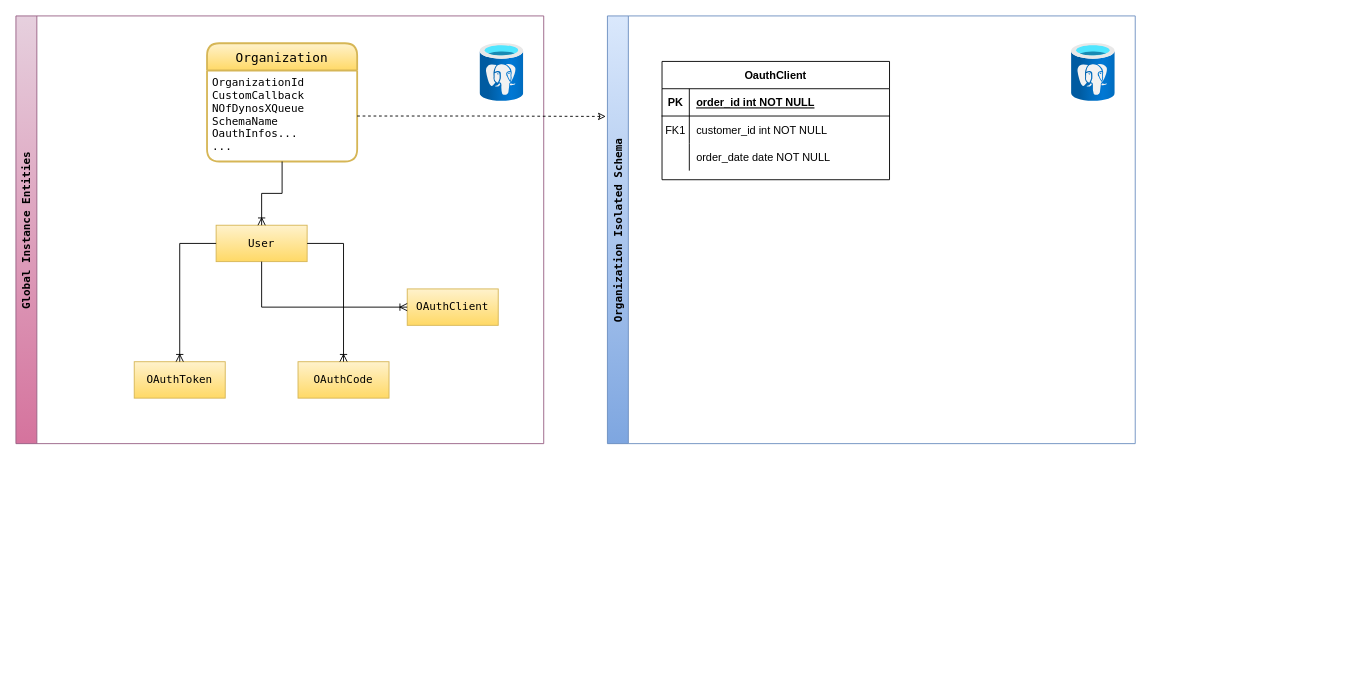
The draw.io diagram HK_DataModel.drawio in Maxxpower/aop_diagrams, before the edit. Source tidied: cells renumbered, new cells numbered last; positions are measured from the earlier drawing's top-left corner, leaving out a move shared by most shapes. Both pictures are drawn from the tidied source at 91%, with x=0, y=0 at pixel (15, 15). Pictures stored in the file or linked from it are replaced by grey dashed boxes.
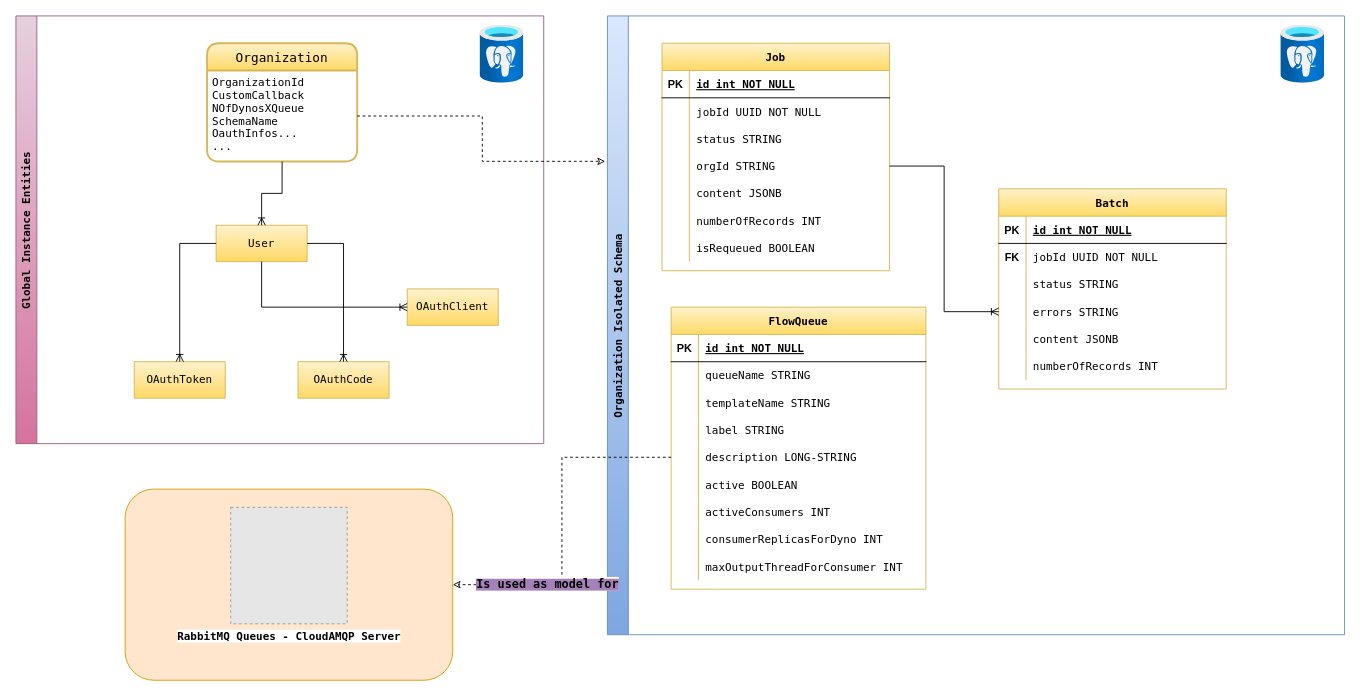
The same diagram, later.

Unchanged cells that the change refers to:
```xml
<mxCell id="2" value="Global Instance Entities" style="swimlane;horizontal=0;fillColor=#e6d0de;gradientColor=#d5739d;strokeColor=#996185;fontFamily=Lucida Console;" parent="1" vertex="1">
  <mxGeometry width="580" height="470" as="geometry" />
</mxCell>
<mxCell id="21" style="shape=partialRectangle;fillColor=none;top=0;left=0;right=0;bottom=1;" parent="20" vertex="1">
  <mxGeometry y="30" width="250" height="30" as="geometry" />
</mxCell>
<mxCell id="24" style="shape=partialRectangle;fillColor=none;top=0;left=0;right=0;bottom=0;" parent="20" vertex="1">
  <mxGeometry y="60" width="250" height="30" as="geometry" />
</mxCell>
```

Diff of the diagram source:
```diff
@@
     <mxCell id="16" style="html=1;align=center;image;fontSize=12;image=img/lib/azure2/databases/Azure_Database_PostgreSQL_Server.svg;fontFamily=Lucida Console;" parent="2" vertex="1">
-      <mxGeometry x="510" y="30" width="48" height="64" as="geometry" />
+      <mxGeometry x="510" y="10" width="48" height="64" as="geometry" />
     </mxCell>
     <mxCell id="17" value="Organization Isolated Schema" style="swimlane;horizontal=0;fillColor=#dae8fc;gradientColor=#7ea6e0;strokeColor=#6c8ebf;fontFamily=Lucida Console;" parent="1" vertex="1">
-      <mxGeometry x="650" width="580" height="470" as="geometry" />
+      <mxGeometry x="650" width="810" height="680" as="geometry" />
     </mxCell>
@@
     <mxCell id="19" style="html=1;align=center;image;fontSize=12;image=img/lib/azure2/databases/Azure_Database_PostgreSQL_Server.svg;fontFamily=Lucida Console;" parent="17" vertex="1">
-      <mxGeometry x="510" y="30" width="48" height="64" as="geometry" />
+      <mxGeometry x="740" y="10" width="48" height="64" as="geometry" />
     </mxCell>
-    <mxCell id="20" value="OauthClient" style="shape=table;startSize=30;childLayout=tableLayout;rowLines=0;fontStyle=1;align=center;" parent="17" vertex="1">
-      <mxGeometry x="60" y="50" width="250" height="130" as="geometry" />
+    <mxCell id="20" value="Job" style="shape=table;startSize=30;childLayout=tableLayout;rowLines=0;fontStyle=1;align=center;fillColor=#fff2cc;gradientColor=#ffd966;strokeColor=#d6b656;fontFamily=Lucida Console;" parent="17" vertex="1">
+      <mxGeometry x="60" y="30" width="250" height="250" as="geometry" />
     </mxCell>
@@
-    <mxCell id="23" value="order_id int NOT NULL " style="shape=partialRectangle;overflow=hidden;fillColor=none;top=0;left=0;bottom=0;right=0;align=left;spacingLeft=6;fontStyle=5;" parent="21" vertex="1">
+    <mxCell id="23" value="id int NOT NULL " style="shape=partialRectangle;overflow=hidden;fillColor=none;top=0;left=0;bottom=0;right=0;align=left;spacingLeft=6;fontStyle=5;fontFamily=Lucida Console;" parent="21" vertex="1">
       <mxGeometry x="30" width="220" height="30" as="geometry" />
     </mxCell>
@@
-    <mxCell id="25" value="FK1" style="shape=partialRectangle;overflow=hidden;fillColor=none;top=0;left=0;bottom=0;right=0;" parent="24" vertex="1">
+    <mxCell id="25" style="shape=partialRectangle;overflow=hidden;fillColor=none;top=0;left=0;bottom=0;right=0;" parent="24" vertex="1">
       <mxGeometry width="30" height="30" as="geometry" />
     </mxCell>
-    <mxCell id="26" value="customer_id int NOT NULL" style="shape=partialRectangle;overflow=hidden;fillColor=none;top=0;left=0;bottom=0;right=0;align=left;spacingLeft=6;" parent="24" vertex="1">
+    <mxCell id="26" value="jobId UUID NOT NULL" style="shape=partialRectangle;overflow=hidden;fillColor=none;top=0;left=0;bottom=0;right=0;align=left;spacingLeft=6;fontFamily=Lucida Console;" parent="24" vertex="1">
       <mxGeometry x="30" width="220" height="30" as="geometry" />
     </mxCell>
+    <mxCell id="31" style="shape=partialRectangle;fillColor=none;top=0;left=0;right=0;bottom=0;" parent="20" vertex="1">
+      <mxGeometry y="90" width="250" height="30" as="geometry" />
+    </mxCell>
+    <mxCell id="32" style="shape=partialRectangle;overflow=hidden;fillColor=none;top=0;left=0;bottom=0;right=0;" parent="31" vertex="1">
+      <mxGeometry width="30" height="30" as="geometry" />
+    </mxCell>
+    <mxCell id="33" value="status STRING" style="shape=partialRectangle;overflow=hidden;fillColor=none;top=0;left=0;bottom=0;right=0;align=left;spacingLeft=6;fontFamily=Lucida Console;" parent="31" vertex="1">
+      <mxGeometry x="30" width="220" height="30" as="geometry" />
+    </mxCell>
     <mxCell id="27" style="shape=partialRectangle;fillColor=none;points=[[0,0.5],[1,0.5]];portConstraint=eastwest;top=0;left=0;right=0;bottom=0;" parent="20" vertex="1">
-      <mxGeometry y="90" width="250" height="30" as="geometry" />
+      <mxGeometry y="120" width="250" height="30" as="geometry" />
     </mxCell>
@@
-    <mxCell id="29" value="order_date date NOT NULL" style="shape=partialRectangle;overflow=hidden;fillColor=none;top=0;left=0;bottom=0;right=0;align=left;spacingLeft=6;" parent="27" vertex="1">
+    <mxCell id="29" value="orgId STRING" style="shape=partialRectangle;overflow=hidden;fillColor=none;top=0;left=0;bottom=0;right=0;align=left;spacingLeft=6;fontFamily=Lucida Console;" parent="27" vertex="1">
       <mxGeometry x="30" width="220" height="30" as="geometry" />
     </mxCell>
+    <mxCell id="34" style="shape=partialRectangle;fillColor=none;top=0;left=0;right=0;bottom=0;" parent="20" vertex="1">
+      <mxGeometry y="150" width="250" height="30" as="geometry" />
+    </mxCell>
+    <mxCell id="35" style="shape=partialRectangle;overflow=hidden;fillColor=none;top=0;left=0;bottom=0;right=0;" parent="34" vertex="1">
+      <mxGeometry width="30" height="30" as="geometry" />
+    </mxCell>
+    <mxCell id="36" value="content JSONB" style="shape=partialRectangle;overflow=hidden;fillColor=none;top=0;left=0;bottom=0;right=0;align=left;spacingLeft=6;fontFamily=Lucida Console;" parent="34" vertex="1">
+      <mxGeometry x="30" width="220" height="30" as="geometry" />
+    </mxCell>
+    <mxCell id="37" style="shape=partialRectangle;fillColor=none;top=0;left=0;right=0;bottom=0;" parent="20" vertex="1">
+      <mxGeometry y="180" width="250" height="30" as="geometry" />
+    </mxCell>
+    <mxCell id="38" style="shape=partialRectangle;overflow=hidden;fillColor=none;top=0;left=0;bottom=0;right=0;" parent="37" vertex="1">
+      <mxGeometry width="30" height="30" as="geometry" />
+    </mxCell>
+    <mxCell id="39" value="numberOfRecords INT" style="shape=partialRectangle;overflow=hidden;fillColor=none;top=0;left=0;bottom=0;right=0;align=left;spacingLeft=6;fontFamily=Lucida Console;" parent="37" vertex="1">
+      <mxGeometry x="30" width="220" height="30" as="geometry" />
+    </mxCell>
+    <mxCell id="40" style="shape=partialRectangle;fillColor=none;top=0;left=0;right=0;bottom=0;" parent="20" vertex="1">
+      <mxGeometry y="210" width="250" height="30" as="geometry" />
+    </mxCell>
+    <mxCell id="41" style="shape=partialRectangle;overflow=hidden;fillColor=none;top=0;left=0;bottom=0;right=0;" parent="40" vertex="1">
+      <mxGeometry width="30" height="30" as="geometry" />
+    </mxCell>
+    <mxCell id="42" value="isRequeued BOOLEAN" style="shape=partialRectangle;overflow=hidden;fillColor=none;top=0;left=0;bottom=0;right=0;align=left;spacingLeft=6;fontFamily=Lucida Console;" parent="40" vertex="1">
+      <mxGeometry x="30" width="220" height="30" as="geometry" />
+    </mxCell>
+    <mxCell id="43" value="Batch" style="shape=table;startSize=30;childLayout=tableLayout;rowLines=0;fontStyle=1;align=center;fillColor=#fff2cc;gradientColor=#ffd966;strokeColor=#d6b656;fontFamily=Lucida Console;" parent="17" vertex="1">
+      <mxGeometry x="430" y="190" width="250" height="220" as="geometry" />
+    </mxCell>
+    <mxCell id="44" style="shape=partialRectangle;fillColor=none;top=0;left=0;right=0;bottom=1;" parent="43" vertex="1">
+      <mxGeometry y="30" width="250" height="30" as="geometry" />
+    </mxCell>
+    <mxCell id="45" value="PK" style="shape=partialRectangle;overflow=hidden;fillColor=none;top=0;left=0;bottom=0;right=0;fontStyle=1;" parent="44" vertex="1">
+      <mxGeometry width="30" height="30" as="geometry" />
+    </mxCell>
+    <mxCell id="46" value="id int NOT NULL " style="shape=partialRectangle;overflow=hidden;fillColor=none;top=0;left=0;bottom=0;right=0;align=left;spacingLeft=6;fontStyle=5;fontFamily=Lucida Console;" parent="44" vertex="1">
+      <mxGeometry x="30" width="220" height="30" as="geometry" />
+    </mxCell>
+    <mxCell id="47" style="shape=partialRectangle;fillColor=none;top=0;left=0;right=0;bottom=0;" parent="43" vertex="1">
+      <mxGeometry y="60" width="250" height="30" as="geometry" />
+    </mxCell>
+    <mxCell id="48" value="FK" style="shape=partialRectangle;overflow=hidden;fillColor=none;top=0;left=0;bottom=0;right=0;fontStyle=1;" parent="47" vertex="1">
+      <mxGeometry width="30" height="30" as="geometry" />
+    </mxCell>
+    <mxCell id="49" value="jobId UUID NOT NULL" style="shape=partialRectangle;overflow=hidden;fillColor=none;top=0;left=0;bottom=0;right=0;align=left;spacingLeft=6;fontFamily=Lucida Console;" parent="47" vertex="1">
+      <mxGeometry x="30" width="220" height="30" as="geometry" />
+    </mxCell>
+    <mxCell id="50" style="shape=partialRectangle;fillColor=none;top=0;left=0;right=0;bottom=0;" parent="43" vertex="1">
+      <mxGeometry y="90" width="250" height="30" as="geometry" />
+    </mxCell>
+    <mxCell id="51" style="shape=partialRectangle;overflow=hidden;fillColor=none;top=0;left=0;bottom=0;right=0;" parent="50" vertex="1">
+      <mxGeometry width="30" height="30" as="geometry" />
+    </mxCell>
+    <mxCell id="52" value="status STRING" style="shape=partialRectangle;overflow=hidden;fillColor=none;top=0;left=0;bottom=0;right=0;align=left;spacingLeft=6;fontFamily=Lucida Console;" parent="50" vertex="1">
+      <mxGeometry x="30" width="220" height="30" as="geometry" />
+    </mxCell>
+    <mxCell id="53" style="shape=partialRectangle;fillColor=none;points=[[0,0.5],[1,0.5]];portConstraint=eastwest;top=0;left=0;right=0;bottom=0;" parent="43" vertex="1">
+      <mxGeometry y="120" width="250" height="30" as="geometry" />
+    </mxCell>
+    <mxCell id="54" style="shape=partialRectangle;overflow=hidden;fillColor=none;top=0;left=0;bottom=0;right=0;" parent="53" vertex="1">
+      <mxGeometry width="30" height="30" as="geometry" />
+    </mxCell>
+    <mxCell id="55" value="errors STRING" style="shape=partialRectangle;overflow=hidden;fillColor=none;top=0;left=0;bottom=0;right=0;align=left;spacingLeft=6;fontFamily=Lucida Console;" parent="53" vertex="1">
+      <mxGeometry x="30" width="220" height="30" as="geometry" />
+    </mxCell>
+    <mxCell id="56" style="shape=partialRectangle;fillColor=none;top=0;left=0;right=0;bottom=0;" parent="43" vertex="1">
+      <mxGeometry y="150" width="250" height="30" as="geometry" />
+    </mxCell>
+    <mxCell id="57" style="shape=partialRectangle;overflow=hidden;fillColor=none;top=0;left=0;bottom=0;right=0;" parent="56" vertex="1">
+      <mxGeometry width="30" height="30" as="geometry" />
+    </mxCell>
+    <mxCell id="58" value="content JSONB" style="shape=partialRectangle;overflow=hidden;fillColor=none;top=0;left=0;bottom=0;right=0;align=left;spacingLeft=6;fontFamily=Lucida Console;" parent="56" vertex="1">
+      <mxGeometry x="30" width="220" height="30" as="geometry" />
+    </mxCell>
+    <mxCell id="59" style="shape=partialRectangle;fillColor=none;top=0;left=0;right=0;bottom=0;" parent="43" vertex="1">
+      <mxGeometry y="180" width="250" height="30" as="geometry" />
+    </mxCell>
+    <mxCell id="60" style="shape=partialRectangle;overflow=hidden;fillColor=none;top=0;left=0;bottom=0;right=0;" parent="59" vertex="1">
+      <mxGeometry width="30" height="30" as="geometry" />
+    </mxCell>
+    <mxCell id="61" value="numberOfRecords INT" style="shape=partialRectangle;overflow=hidden;fillColor=none;top=0;left=0;bottom=0;right=0;align=left;spacingLeft=6;fontFamily=Lucida Console;" parent="59" vertex="1">
+      <mxGeometry x="30" width="220" height="30" as="geometry" />
+    </mxCell>
+    <mxCell id="62" style="edgeStyle=orthogonalEdgeStyle;rounded=0;jettySize=auto;html=1;exitX=1;exitY=0.5;exitDx=0;exitDy=0;entryX=0;entryY=0.5;entryDx=0;entryDy=0;endArrow=ERoneToMany;endFill=0;" parent="17" edge="1" source="27" target="53">
+      <mxGeometry relative="1" as="geometry" />
+    </mxCell>
+    <mxCell id="63" value="FlowQueue" style="shape=table;startSize=30;childLayout=tableLayout;rowLines=0;fontStyle=1;align=center;fillColor=#fff2cc;gradientColor=#ffd966;strokeColor=#d6b656;fontFamily=Lucida Console;" parent="17" vertex="1">
+      <mxGeometry x="70" y="320" width="280" height="310" as="geometry" />
+    </mxCell>
+    <mxCell id="64" style="shape=partialRectangle;fillColor=none;top=0;left=0;right=0;bottom=1;" parent="63" vertex="1">
+      <mxGeometry y="30" width="280" height="30" as="geometry" />
+    </mxCell>
+    <mxCell id="65" value="PK" style="shape=partialRectangle;overflow=hidden;fillColor=none;top=0;left=0;bottom=0;right=0;fontStyle=1;" parent="64" vertex="1">
+      <mxGeometry width="30" height="30" as="geometry" />
+    </mxCell>
+    <mxCell id="66" value="id int NOT NULL " style="shape=partialRectangle;overflow=hidden;fillColor=none;top=0;left=0;bottom=0;right=0;align=left;spacingLeft=6;fontStyle=5;fontFamily=Lucida Console;" parent="64" vertex="1">
+      <mxGeometry x="30" width="250" height="30" as="geometry" />
+    </mxCell>
+    <mxCell id="67" style="shape=partialRectangle;fillColor=none;top=0;left=0;right=0;bottom=0;" parent="63" vertex="1">
+      <mxGeometry y="60" width="280" height="30" as="geometry" />
+    </mxCell>
+    <mxCell id="68" style="shape=partialRectangle;overflow=hidden;fillColor=none;top=0;left=0;bottom=0;right=0;fontStyle=1;" parent="67" vertex="1">
+      <mxGeometry width="30" height="30" as="geometry" />
+    </mxCell>
+    <mxCell id="69" value="queueName STRING" style="shape=partialRectangle;overflow=hidden;fillColor=none;top=0;left=0;bottom=0;right=0;align=left;spacingLeft=6;fontFamily=Lucida Console;" parent="67" vertex="1">
+      <mxGeometry x="30" width="250" height="30" as="geometry" />
+    </mxCell>
+    <mxCell id="70" style="shape=partialRectangle;fillColor=none;top=0;left=0;right=0;bottom=0;" parent="63" vertex="1">
+      <mxGeometry y="90" width="280" height="30" as="geometry" />
+    </mxCell>
+    <mxCell id="71" style="shape=partialRectangle;overflow=hidden;fillColor=none;top=0;left=0;bottom=0;right=0;" parent="70" vertex="1">
+      <mxGeometry width="30" height="30" as="geometry" />
+    </mxCell>
+    <mxCell id="72" value="templateName STRING" style="shape=partialRectangle;overflow=hidden;fillColor=none;top=0;left=0;bottom=0;right=0;align=left;spacingLeft=6;fontFamily=Lucida Console;" parent="70" vertex="1">
+      <mxGeometry x="30" width="250" height="30" as="geometry" />
+    </mxCell>
+    <mxCell id="73" style="shape=partialRectangle;fillColor=none;top=0;left=0;right=0;bottom=0;" parent="63" vertex="1">
+      <mxGeometry y="120" width="280" height="30" as="geometry" />
+    </mxCell>
+    <mxCell id="74" style="shape=partialRectangle;overflow=hidden;fillColor=none;top=0;left=0;bottom=0;right=0;" parent="73" vertex="1">
+      <mxGeometry width="30" height="30" as="geometry" />
+    </mxCell>
+    <mxCell id="75" value="label STRING" style="shape=partialRectangle;overflow=hidden;fillColor=none;top=0;left=0;bottom=0;right=0;align=left;spacingLeft=6;fontFamily=Lucida Console;" parent="73" vertex="1">
+      <mxGeometry x="30" width="250" height="30" as="geometry" />
+    </mxCell>
+    <mxCell id="76" style="shape=partialRectangle;fillColor=none;points=[[0,0.5],[1,0.5]];portConstraint=eastwest;top=0;left=0;right=0;bottom=0;" parent="63" vertex="1">
+      <mxGeometry y="150" width="280" height="30" as="geometry" />
+    </mxCell>
+    <mxCell id="77" style="shape=partialRectangle;overflow=hidden;fillColor=none;top=0;left=0;bottom=0;right=0;" parent="76" vertex="1">
+      <mxGeometry width="30" height="30" as="geometry" />
+    </mxCell>
+    <mxCell id="78" value="description LONG-STRING" style="shape=partialRectangle;overflow=hidden;fillColor=none;top=0;left=0;bottom=0;right=0;align=left;spacingLeft=6;fontFamily=Lucida Console;" parent="76" vertex="1">
+      <mxGeometry x="30" width="250" height="30" as="geometry" />
+    </mxCell>
+    <mxCell id="79" style="shape=partialRectangle;fillColor=none;top=0;left=0;right=0;bottom=0;" parent="63" vertex="1">
+      <mxGeometry y="180" width="280" height="30" as="geometry" />
+    </mxCell>
+    <mxCell id="80" style="shape=partialRectangle;overflow=hidden;fillColor=none;top=0;left=0;bottom=0;right=0;" parent="79" vertex="1">
+      <mxGeometry width="30" height="30" as="geometry" />
+    </mxCell>
+    <mxCell id="81" value="active BOOLEAN" style="shape=partialRectangle;overflow=hidden;fillColor=none;top=0;left=0;bottom=0;right=0;align=left;spacingLeft=6;fontFamily=Lucida Console;" parent="79" vertex="1">
+      <mxGeometry x="30" width="250" height="30" as="geometry" />
+    </mxCell>
+    <mxCell id="82" style="shape=partialRectangle;fillColor=none;top=0;left=0;right=0;bottom=0;" parent="63" vertex="1">
+      <mxGeometry y="210" width="280" height="30" as="geometry" />
+    </mxCell>
+    <mxCell id="83" style="shape=partialRectangle;overflow=hidden;fillColor=none;top=0;left=0;bottom=0;right=0;" parent="82" vertex="1">
+      <mxGeometry width="30" height="30" as="geometry" />
+    </mxCell>
+    <mxCell id="84" value="activeConsumers INT" style="shape=partialRectangle;overflow=hidden;fillColor=none;top=0;left=0;bottom=0;right=0;align=left;spacingLeft=6;fontFamily=Lucida Console;" parent="82" vertex="1">
+      <mxGeometry x="30" width="250" height="30" as="geometry" />
+    </mxCell>
+    <mxCell id="85" style="shape=partialRectangle;fillColor=none;top=0;left=0;right=0;bottom=0;" parent="63" vertex="1">
+      <mxGeometry y="240" width="280" height="30" as="geometry" />
+    </mxCell>
+    <mxCell id="86" style="shape=partialRectangle;overflow=hidden;fillColor=none;top=0;left=0;bottom=0;right=0;" parent="85" vertex="1">
+      <mxGeometry width="30" height="30" as="geometry" />
+    </mxCell>
+    <mxCell id="87" value="consumerReplicasForDyno INT" style="shape=partialRectangle;overflow=hidden;fillColor=none;top=0;left=0;bottom=0;right=0;align=left;spacingLeft=6;fontFamily=Lucida Console;" parent="85" vertex="1">
+      <mxGeometry x="30" width="250" height="30" as="geometry" />
+    </mxCell>
+    <mxCell id="88" style="shape=partialRectangle;fillColor=none;top=0;left=0;right=0;bottom=0;" parent="63" vertex="1">
+      <mxGeometry y="270" width="280" height="30" as="geometry" />
+    </mxCell>
+    <mxCell id="89" style="shape=partialRectangle;overflow=hidden;fillColor=none;top=0;left=0;bottom=0;right=0;" parent="88" vertex="1">
+      <mxGeometry width="30" height="30" as="geometry" />
+    </mxCell>
+    <mxCell id="90" value="maxOutputThreadForConsumer INT" style="shape=partialRectangle;overflow=hidden;fillColor=none;top=0;left=0;bottom=0;right=0;align=left;spacingLeft=6;fontFamily=Lucida Console;" parent="88" vertex="1">
+      <mxGeometry x="30" width="250" height="30" as="geometry" />
+    </mxCell>
@@
+    <mxCell id="91" style="edgeStyle=orthogonalEdgeStyle;rounded=0;jettySize=auto;html=1;exitX=0;exitY=0.5;exitDx=0;exitDy=0;entryX=1;entryY=0.5;entryDx=0;entryDy=0;dashed=1;fontFamily=Lucida Console;endArrow=classic;endFill=0;" parent="1" edge="1" source="76" target="94">
+      <mxGeometry relative="1" as="geometry" />
+    </mxCell>
+    <mxCell id="92" value="&lt;b style=&quot;background-color: rgb(166 , 128 , 184)&quot;&gt;&lt;font style=&quot;font-size: 13px&quot;&gt;Is used as model for&lt;/font&gt;&lt;/b&gt;" style="edgeLabel;html=1;align=center;verticalAlign=middle;fontFamily=Lucida Console;" parent="91" vertex="1">
+      <mxGeometry x="0.46" y="-2" relative="1" as="geometry" />
+    </mxCell>
+    <mxCell id="93" style="group;" parent="1" vertex="1">
+      <mxGeometry x="120" y="520" width="360" height="210" as="geometry" />
+    </mxCell>
+    <mxCell id="94" style="rounded=1;whiteSpace=wrap;html=1;fontFamily=Lucida Console;fillColor=#ffe6cc;strokeColor=#d79b00;" parent="93" vertex="1">
+      <mxGeometry width="360" height="210" as="geometry" />
+    </mxCell>
+    <mxCell id="95" value="&lt;b&gt;RabbitMQ Queues - CloudAMQP Server&lt;/b&gt;" style="fillColor=#E6E6E6;strokeColor=#999999;dashed=1;html=1;verticalAlign=top;verticalLabelPosition=bottom;labelBackgroundColor=#ffffff;fontFamily=Lucida Console;" parent="93" vertex="1">
+      <mxGeometry x="116" y="20" width="128" height="128" as="geometry" />
+    </mxCell>
```
